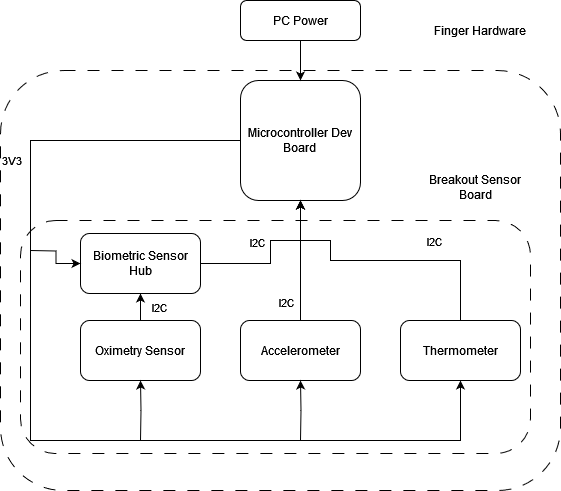
This is Sleep Tracker PoC.drawio.png from o-roman/SleepTracker, a draw.io export, as it was before one commit. Source tidied: cells renumbered, new cells last; positions are measured from the earlier drawing's top-left corner, leaving out a move shared by most shapes. Source of this version:
```xml
<mxGraphModel>
  <root>
    <mxCell id="0" />
    <mxCell id="1" parent="0" />
    <mxCell id="2" value="Breakout Sensor Board" style="rounded=1;whiteSpace=wrap;html=1;fillColor=none;dashed=1;dashPattern=12 12;spacingTop=-300;spacingRight=0;spacingLeft=400;" parent="1" vertex="1">
      <mxGeometry x="20" y="220" width="510" height="233" as="geometry" />
    </mxCell>
    <mxCell id="3" style="edgeStyle=orthogonalEdgeStyle;rounded=0;jettySize=auto;html=1;entryX=0.5;entryY=1;entryDx=0;entryDy=0;exitX=0;exitY=0.5;exitDx=0;exitDy=0;" parent="1" edge="1" source="8" target="17">
      <mxGeometry relative="1" as="geometry">
        <Array as="points">
          <mxPoint x="30" y="140" />
          <mxPoint x="30" y="440" />
          <mxPoint x="460" y="440" />
        </Array>
      </mxGeometry>
    </mxCell>
    <mxCell id="4" value="&lt;div&gt;3V3&lt;/div&gt;" style="edgeLabel;html=1;align=center;verticalAlign=middle;" parent="3" vertex="1">
      <mxGeometry x="-0.54" y="2" relative="1" as="geometry">
        <mxPoint x="-22" as="offset" />
      </mxGeometry>
    </mxCell>
    <mxCell id="5" style="edgeStyle=orthogonalEdgeStyle;rounded=0;jettySize=auto;html=1;entryX=0.5;entryY=1;entryDx=0;entryDy=0;" parent="1" edge="1" source="7" target="11">
      <mxGeometry relative="1" as="geometry" />
    </mxCell>
    <mxCell id="6" value="I2C" style="edgeLabel;html=1;align=center;verticalAlign=middle;" parent="5" vertex="1">
      <mxGeometry x="-0.01" y="-1" relative="1" as="geometry">
        <mxPoint x="19" as="offset" />
      </mxGeometry>
    </mxCell>
    <mxCell id="7" value="&lt;div&gt;Oximetry Sensor&lt;/div&gt;" style="rounded=1;whiteSpace=wrap;html=1;" parent="1" vertex="1">
      <mxGeometry x="80" y="320" width="120" height="60" as="geometry" />
    </mxCell>
    <mxCell id="8" value="&lt;div&gt;Microcontroller Dev Board&lt;br&gt;&lt;/div&gt;" style="rounded=1;whiteSpace=wrap;html=1;" parent="1" vertex="1">
      <mxGeometry x="240" y="80" width="120" height="120" as="geometry" />
    </mxCell>
    <mxCell id="9" style="edgeStyle=orthogonalEdgeStyle;rounded=0;jettySize=auto;html=1;entryX=0.5;entryY=1;entryDx=0;entryDy=0;" parent="1" edge="1" source="11" target="8">
      <mxGeometry relative="1" as="geometry">
        <Array as="points">
          <mxPoint x="270" y="263" />
          <mxPoint x="270" y="240" />
          <mxPoint x="300" y="240" />
        </Array>
      </mxGeometry>
    </mxCell>
    <mxCell id="10" value="&lt;div&gt;I2C&lt;/div&gt;" style="edgeLabel;html=1;align=center;verticalAlign=middle;" parent="9" vertex="1">
      <mxGeometry x="-0.18" y="-1" relative="1" as="geometry">
        <mxPoint x="-11" y="-23" as="offset" />
      </mxGeometry>
    </mxCell>
    <mxCell id="11" value="Biometric Sensor Hub" style="rounded=1;whiteSpace=wrap;html=1;" parent="1" vertex="1">
      <mxGeometry x="80" y="233" width="120" height="60" as="geometry" />
    </mxCell>
    <mxCell id="12" style="edgeStyle=orthogonalEdgeStyle;rounded=0;jettySize=auto;html=1;entryX=0.5;entryY=1;entryDx=0;entryDy=0;" parent="1" edge="1" source="14" target="8">
      <mxGeometry relative="1" as="geometry" />
    </mxCell>
    <mxCell id="13" value="I2C" style="edgeLabel;html=1;align=center;verticalAlign=middle;" parent="12" vertex="1">
      <mxGeometry x="0.04" y="-3" relative="1" as="geometry">
        <mxPoint x="-18" y="43" as="offset" />
      </mxGeometry>
    </mxCell>
    <mxCell id="14" value="&lt;div&gt;Accelerometer&lt;/div&gt;" style="rounded=1;whiteSpace=wrap;html=1;" parent="1" vertex="1">
      <mxGeometry x="240" y="320" width="120" height="60" as="geometry" />
    </mxCell>
    <mxCell id="15" style="edgeStyle=orthogonalEdgeStyle;rounded=0;jettySize=auto;html=1;entryX=0.5;entryY=1;entryDx=0;entryDy=0;" parent="1" edge="1" source="17" target="8">
      <mxGeometry relative="1" as="geometry">
        <Array as="points">
          <mxPoint x="460" y="260" />
          <mxPoint x="330" y="260" />
          <mxPoint x="330" y="240" />
          <mxPoint x="300" y="240" />
        </Array>
      </mxGeometry>
    </mxCell>
    <mxCell id="16" value="&lt;div&gt;I2C&lt;/div&gt;" style="edgeLabel;html=1;align=center;verticalAlign=middle;" parent="15" vertex="1">
      <mxGeometry x="-0.56" y="2" relative="1" as="geometry">
        <mxPoint x="-25" y="-22" as="offset" />
      </mxGeometry>
    </mxCell>
    <mxCell id="17" value="Thermometer" style="rounded=1;whiteSpace=wrap;html=1;" parent="1" vertex="1">
      <mxGeometry x="400" y="320" width="120" height="60" as="geometry" />
    </mxCell>
    <mxCell id="18" style="edgeStyle=orthogonalEdgeStyle;rounded=0;jettySize=auto;html=1;entryX=0.5;entryY=1;entryDx=0;entryDy=0;" parent="1" edge="1" target="7">
      <mxGeometry relative="1" as="geometry">
        <mxPoint x="140" y="440" as="sourcePoint" />
      </mxGeometry>
    </mxCell>
    <mxCell id="19" style="edgeStyle=orthogonalEdgeStyle;rounded=0;jettySize=auto;html=1;entryX=0.5;entryY=1;entryDx=0;entryDy=0;" parent="1" edge="1" target="14">
      <mxGeometry relative="1" as="geometry">
        <mxPoint x="300" y="440" as="sourcePoint" />
      </mxGeometry>
    </mxCell>
    <mxCell id="20" style="edgeStyle=orthogonalEdgeStyle;rounded=0;jettySize=auto;html=1;entryX=0;entryY=0.5;entryDx=0;entryDy=0;" parent="1" edge="1" target="11">
      <mxGeometry relative="1" as="geometry">
        <mxPoint x="30" y="250" as="sourcePoint" />
      </mxGeometry>
    </mxCell>
    <mxCell id="21" style="edgeStyle=orthogonalEdgeStyle;rounded=0;jettySize=auto;html=1;" parent="1" edge="1" source="22" target="8">
      <mxGeometry relative="1" as="geometry" />
    </mxCell>
    <mxCell id="22" value="PC Power" style="rounded=1;whiteSpace=wrap;html=1;" parent="1" vertex="1">
      <mxGeometry x="240" width="120" height="40" as="geometry" />
    </mxCell>
    <mxCell id="23" value="Finger Hardware" style="rounded=1;whiteSpace=wrap;html=1;fillColor=none;dashed=1;dashPattern=12 12;spacingTop=-500;spacingRight=0;spacingLeft=400;" parent="1" vertex="1">
      <mxGeometry y="70" width="560" height="420" as="geometry" />
    </mxCell>
  </root>
</mxGraphModel>
```
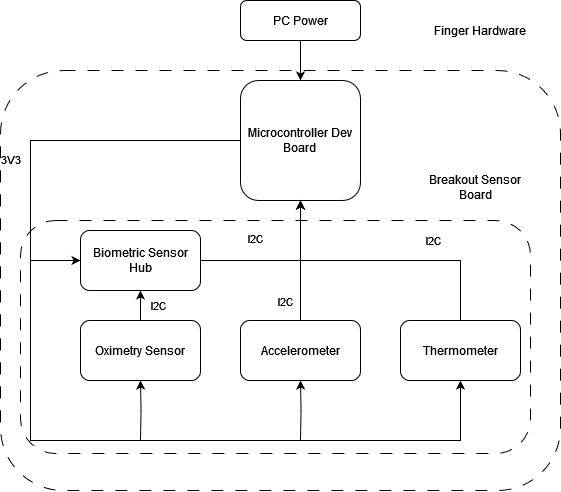
After the change.

What changed in the source:
```diff
@@ -1,11 +1,14 @@
-<mxGraphModel>
+<mxGraphModel background="#ffffff">
   <root>
     <mxCell id="0" />
     <mxCell id="1" parent="0" />
+    <mxCell id="23" value="Finger Hardware" style="rounded=1;whiteSpace=wrap;html=1;fillColor=none;dashed=1;dashPattern=12 12;spacingTop=-500;spacingRight=0;spacingLeft=400;fontColor=#000000;" parent="1" vertex="1">
+      <mxGeometry y="70" width="560" height="420" as="geometry" />
+    </mxCell>
-    <mxCell id="2" value="Breakout Sensor Board" style="rounded=1;whiteSpace=wrap;html=1;fillColor=none;dashed=1;dashPattern=12 12;spacingTop=-300;spacingRight=0;spacingLeft=400;" parent="1" vertex="1">
+    <mxCell id="2" value="Breakout Sensor Board" style="rounded=1;whiteSpace=wrap;html=1;fillColor=none;dashed=1;dashPattern=12 12;spacingTop=-300;spacingRight=0;spacingLeft=400;fontColor=#000000;" parent="1" vertex="1">
       <mxGeometry x="20" y="220" width="510" height="233" as="geometry" />
     </mxCell>
-    <mxCell id="3" style="edgeStyle=orthogonalEdgeStyle;rounded=0;jettySize=auto;html=1;entryX=0.5;entryY=1;entryDx=0;entryDy=0;exitX=0;exitY=0.5;exitDx=0;exitDy=0;" parent="1" edge="1" source="8" target="17">
+    <mxCell id="3" style="edgeStyle=orthogonalEdgeStyle;rounded=0;jettySize=auto;html=1;entryX=0.5;entryY=1;entryDx=0;entryDy=0;exitX=0;exitY=0.5;exitDx=0;exitDy=0;fontColor=#000000;" parent="1" edge="1" source="8" target="17">
       <mxGeometry relative="1" as="geometry">
         <Array as="points">
           <mxPoint x="30" y="140" />
@@ -14,94 +17,92 @@
         </Array>
       </mxGeometry>
     </mxCell>
-    <mxCell id="4" value="&lt;div&gt;3V3&lt;/div&gt;" style="edgeLabel;html=1;align=center;verticalAlign=middle;" parent="3" vertex="1">
+    <mxCell id="4" value="&lt;div&gt;3V3&lt;/div&gt;" style="edgeLabel;html=1;align=center;verticalAlign=middle;fontColor=#000000;" parent="3" vertex="1">
       <mxGeometry x="-0.54" y="2" relative="1" as="geometry">
         <mxPoint x="-22" as="offset" />
       </mxGeometry>
     </mxCell>
-    <mxCell id="5" style="edgeStyle=orthogonalEdgeStyle;rounded=0;jettySize=auto;html=1;entryX=0.5;entryY=1;entryDx=0;entryDy=0;" parent="1" edge="1" source="7" target="11">
+    <mxCell id="5" style="edgeStyle=orthogonalEdgeStyle;rounded=0;jettySize=auto;html=1;entryX=0.5;entryY=1;entryDx=0;entryDy=0;fontColor=#000000;" parent="1" edge="1" source="7" target="11">
       <mxGeometry relative="1" as="geometry" />
     </mxCell>
-    <mxCell id="6" value="I2C" style="edgeLabel;html=1;align=center;verticalAlign=middle;" parent="5" vertex="1">
+    <mxCell id="6" value="I2C" style="edgeLabel;html=1;align=center;verticalAlign=middle;fontColor=#000000;" parent="5" vertex="1">
       <mxGeometry x="-0.01" y="-1" relative="1" as="geometry">
         <mxPoint x="19" as="offset" />
       </mxGeometry>
     </mxCell>
-    <mxCell id="7" value="&lt;div&gt;Oximetry Sensor&lt;/div&gt;" style="rounded=1;whiteSpace=wrap;html=1;" parent="1" vertex="1">
+    <mxCell id="7" value="&lt;div&gt;Oximetry Sensor&lt;/div&gt;" style="rounded=1;whiteSpace=wrap;html=1;fontColor=#000000;" parent="1" vertex="1">
       <mxGeometry x="80" y="320" width="120" height="60" as="geometry" />
     </mxCell>
-    <mxCell id="8" value="&lt;div&gt;Microcontroller Dev Board&lt;br&gt;&lt;/div&gt;" style="rounded=1;whiteSpace=wrap;html=1;" parent="1" vertex="1">
+    <mxCell id="8" value="&lt;div&gt;Microcontroller Dev Board&lt;br&gt;&lt;/div&gt;" style="rounded=1;whiteSpace=wrap;html=1;fontColor=#000000;" parent="1" vertex="1">
       <mxGeometry x="240" y="80" width="120" height="120" as="geometry" />
     </mxCell>
-    <mxCell id="9" style="edgeStyle=orthogonalEdgeStyle;rounded=0;jettySize=auto;html=1;entryX=0.5;entryY=1;entryDx=0;entryDy=0;" parent="1" edge="1" source="11" target="8">
+    <mxCell id="9" style="edgeStyle=orthogonalEdgeStyle;rounded=0;jettySize=auto;html=1;entryX=0.5;entryY=1;entryDx=0;entryDy=0;fontColor=#000000;" parent="1" edge="1" target="8">
       <mxGeometry relative="1" as="geometry">
+        <mxPoint x="200" y="260" as="sourcePoint" />
         <Array as="points">
-          <mxPoint x="270" y="263" />
-          <mxPoint x="270" y="240" />
-          <mxPoint x="300" y="240" />
+          <mxPoint x="300" y="260" />
         </Array>
       </mxGeometry>
     </mxCell>
-    <mxCell id="10" value="&lt;div&gt;I2C&lt;/div&gt;" style="edgeLabel;html=1;align=center;verticalAlign=middle;" parent="9" vertex="1">
+    <mxCell id="10" value="&lt;div&gt;I2C&lt;/div&gt;" style="edgeLabel;html=1;align=center;verticalAlign=middle;fontColor=#000000;" parent="9" vertex="1">
       <mxGeometry x="-0.18" y="-1" relative="1" as="geometry">
         <mxPoint x="-11" y="-23" as="offset" />
       </mxGeometry>
     </mxCell>
-    <mxCell id="11" value="Biometric Sensor Hub" style="rounded=1;whiteSpace=wrap;html=1;" parent="1" vertex="1">
-      <mxGeometry x="80" y="233" width="120" height="60" as="geometry" />
+    <mxCell id="11" value="Biometric Sensor Hub" style="rounded=1;whiteSpace=wrap;html=1;fontColor=#000000;" parent="1" vertex="1">
+      <mxGeometry x="80" y="230" width="120" height="60" as="geometry" />
     </mxCell>
-    <mxCell id="12" style="edgeStyle=orthogonalEdgeStyle;rounded=0;jettySize=auto;html=1;entryX=0.5;entryY=1;entryDx=0;entryDy=0;" parent="1" edge="1" source="14" target="8">
+    <mxCell id="12" style="edgeStyle=orthogonalEdgeStyle;rounded=0;jettySize=auto;html=1;entryX=0.5;entryY=1;entryDx=0;entryDy=0;fontColor=#000000;" parent="1" edge="1" source="14" target="8">
       <mxGeometry relative="1" as="geometry" />
     </mxCell>
-    <mxCell id="13" value="I2C" style="edgeLabel;html=1;align=center;verticalAlign=middle;" parent="12" vertex="1">
+    <mxCell id="13" value="I2C" style="edgeLabel;html=1;align=center;verticalAlign=middle;fontColor=#000000;" parent="12" vertex="1">
       <mxGeometry x="0.04" y="-3" relative="1" as="geometry">
         <mxPoint x="-18" y="43" as="offset" />
       </mxGeometry>
     </mxCell>
-    <mxCell id="14" value="&lt;div&gt;Accelerometer&lt;/div&gt;" style="rounded=1;whiteSpace=wrap;html=1;" parent="1" vertex="1">
+    <mxCell id="14" value="&lt;div&gt;Accelerometer&lt;/div&gt;" style="rounded=1;whiteSpace=wrap;html=1;fontColor=#000000;" parent="1" vertex="1">
       <mxGeometry x="240" y="320" width="120" height="60" as="geometry" />
     </mxCell>
-    <mxCell id="15" style="edgeStyle=orthogonalEdgeStyle;rounded=0;jettySize=auto;html=1;entryX=0.5;entryY=1;entryDx=0;entryDy=0;" parent="1" edge="1" source="17" target="8">
+    <mxCell id="15" style="edgeStyle=orthogonalEdgeStyle;rounded=0;jettySize=auto;html=1;fontColor=#000000;" parent="1" edge="1" source="17">
       <mxGeometry relative="1" as="geometry">
+        <mxPoint x="300" y="200" as="targetPoint" />
         <Array as="points">
           <mxPoint x="460" y="260" />
-          <mxPoint x="330" y="260" />
-          <mxPoint x="330" y="240" />
-          <mxPoint x="300" y="240" />
+          <mxPoint x="300" y="260" />
         </Array>
       </mxGeometry>
     </mxCell>
-    <mxCell id="16" value="&lt;div&gt;I2C&lt;/div&gt;" style="edgeLabel;html=1;align=center;verticalAlign=middle;" parent="15" vertex="1">
+    <mxCell id="16" value="&lt;div&gt;I2C&lt;/div&gt;" style="edgeLabel;html=1;align=center;verticalAlign=middle;fontColor=#000000;" parent="15" vertex="1">
       <mxGeometry x="-0.56" y="2" relative="1" as="geometry">
         <mxPoint x="-25" y="-22" as="offset" />
       </mxGeometry>
     </mxCell>
-    <mxCell id="17" value="Thermometer" style="rounded=1;whiteSpace=wrap;html=1;" parent="1" vertex="1">
+    <mxCell id="17" value="Thermometer" style="rounded=1;whiteSpace=wrap;html=1;fontColor=#000000;" parent="1" vertex="1">
       <mxGeometry x="400" y="320" width="120" height="60" as="geometry" />
     </mxCell>
-    <mxCell id="18" style="edgeStyle=orthogonalEdgeStyle;rounded=0;jettySize=auto;html=1;entryX=0.5;entryY=1;entryDx=0;entryDy=0;" parent="1" edge="1" target="7">
+    <mxCell id="18" style="edgeStyle=orthogonalEdgeStyle;rounded=0;jettySize=auto;html=1;entryX=0.5;entryY=1;entryDx=0;entryDy=0;fontColor=#000000;" parent="1" edge="1" target="7">
       <mxGeometry relative="1" as="geometry">
         <mxPoint x="140" y="440" as="sourcePoint" />
       </mxGeometry>
     </mxCell>
-    <mxCell id="19" style="edgeStyle=orthogonalEdgeStyle;rounded=0;jettySize=auto;html=1;entryX=0.5;entryY=1;entryDx=0;entryDy=0;" parent="1" edge="1" target="14">
+    <mxCell id="19" style="edgeStyle=orthogonalEdgeStyle;rounded=0;jettySize=auto;html=1;entryX=0.5;entryY=1;entryDx=0;entryDy=0;fontColor=#000000;" parent="1" edge="1" target="14">
       <mxGeometry relative="1" as="geometry">
         <mxPoint x="300" y="440" as="sourcePoint" />
       </mxGeometry>
     </mxCell>
-    <mxCell id="20" style="edgeStyle=orthogonalEdgeStyle;rounded=0;jettySize=auto;html=1;entryX=0;entryY=0.5;entryDx=0;entryDy=0;" parent="1" edge="1" target="11">
+    <mxCell id="20" style="edgeStyle=orthogonalEdgeStyle;rounded=0;jettySize=auto;html=1;entryX=0;entryY=0.5;entryDx=0;entryDy=0;fontColor=#000000;" parent="1" edge="1" target="11">
       <mxGeometry relative="1" as="geometry">
         <mxPoint x="30" y="250" as="sourcePoint" />
+        <Array as="points">
+          <mxPoint x="30" y="260" />
+        </Array>
       </mxGeometry>
     </mxCell>
-    <mxCell id="21" style="edgeStyle=orthogonalEdgeStyle;rounded=0;jettySize=auto;html=1;" parent="1" edge="1" source="22" target="8">
+    <mxCell id="21" style="edgeStyle=orthogonalEdgeStyle;rounded=0;jettySize=auto;html=1;fontColor=#000000;" parent="1" edge="1" source="22" target="8">
       <mxGeometry relative="1" as="geometry" />
     </mxCell>
-    <mxCell id="22" value="PC Power" style="rounded=1;whiteSpace=wrap;html=1;" parent="1" vertex="1">
+    <mxCell id="22" value="PC Power" style="rounded=1;whiteSpace=wrap;html=1;fontColor=#000000;" parent="1" vertex="1">
       <mxGeometry x="240" width="120" height="40" as="geometry" />
     </mxCell>
-    <mxCell id="23" value="Finger Hardware" style="rounded=1;whiteSpace=wrap;html=1;fillColor=none;dashed=1;dashPattern=12 12;spacingTop=-500;spacingRight=0;spacingLeft=400;" parent="1" vertex="1">
-      <mxGeometry y="70" width="560" height="420" as="geometry" />
-    </mxCell>
   </root>
 </mxGraphModel>
```
